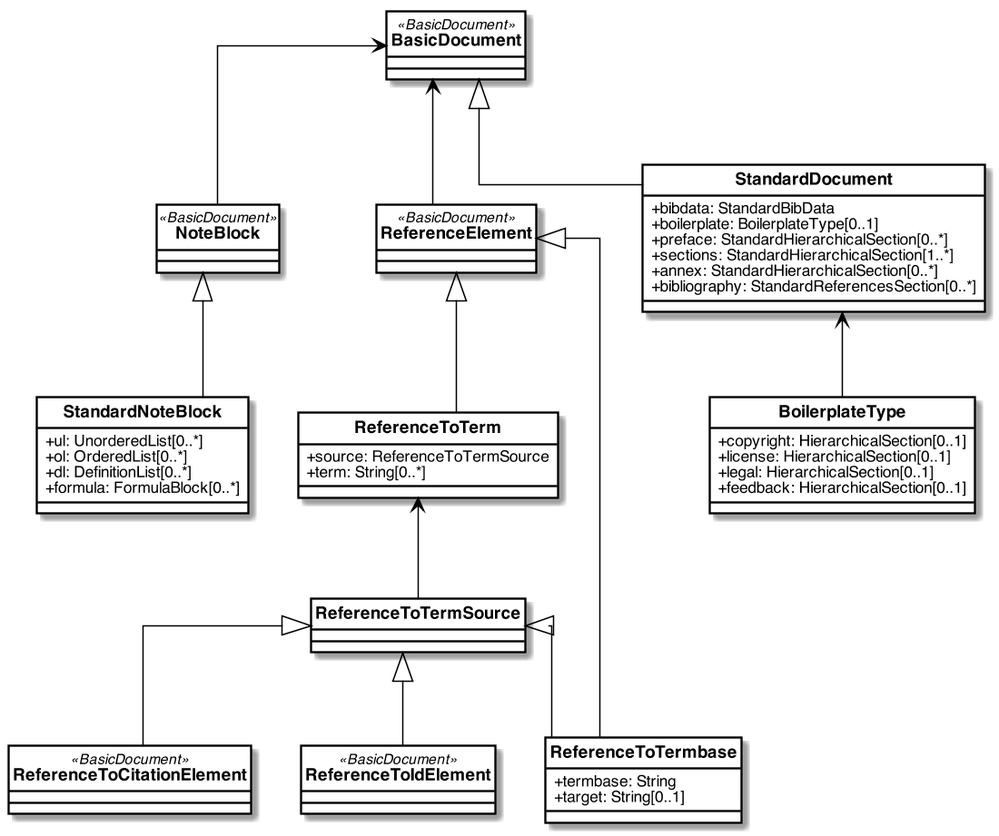
Earlier version of the PlantUML export standoc/images/StandardDoc_StandardDocument.png (metanorma/standoc-models).
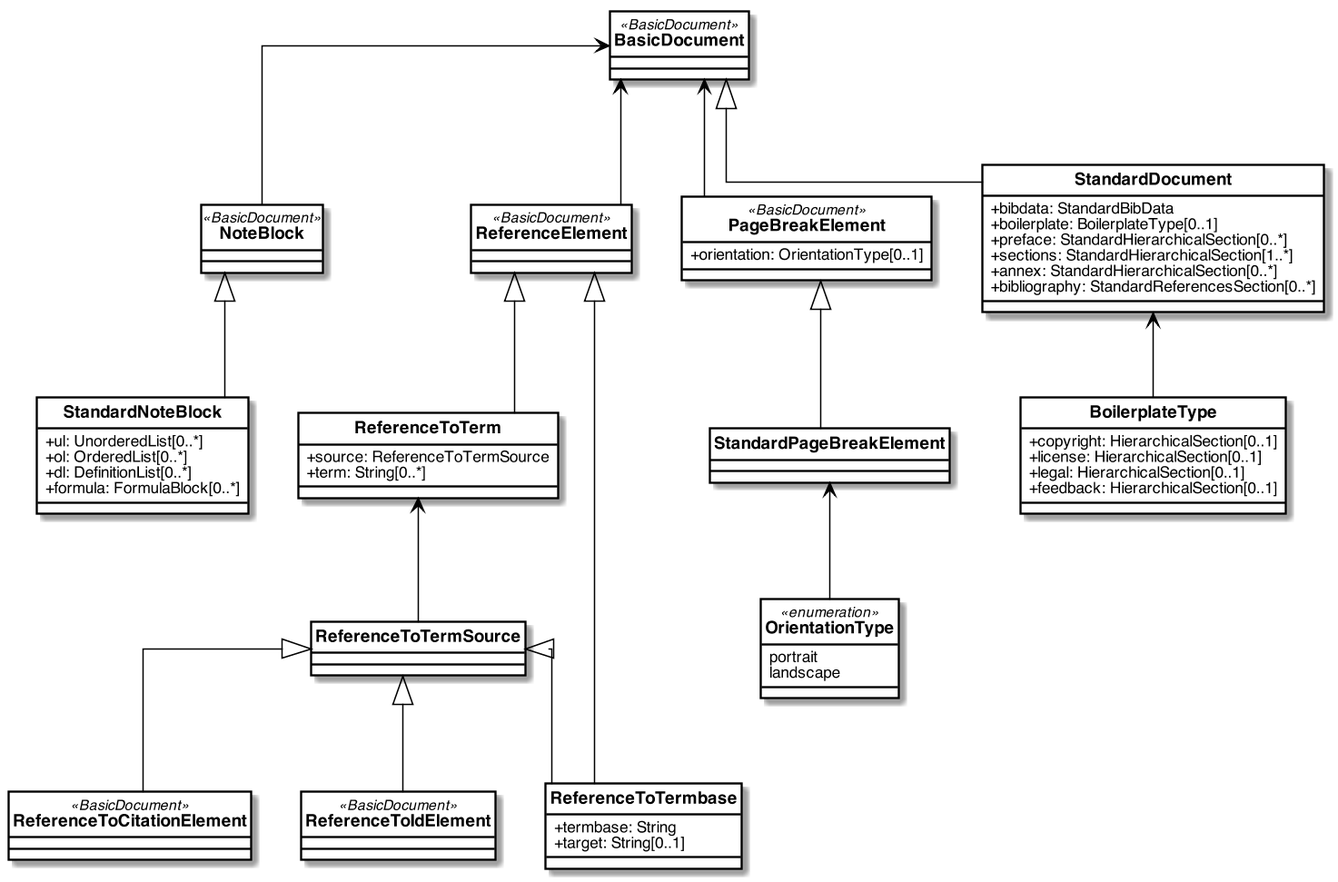
After the change.

Commit message:
pagebreak orientation: https://github.com/metanorma/metanorma-standoc/issues/173

Change to the diagram source:
```diff
@@ -73,6 +73,14 @@
     +target: String[0..1]
 }
 
+class PageBreakElement <<BasicDocument>>{
+   +orientation: OrientationType[0..1]
+}
+
+enum OrientationType <<enumeration>>{
+    portrait
+    landscape
+}
 
 class StandardDocument {
     +bibdata: StandardBibData
@@ -96,12 +104,15 @@
 StandardDocument <-- BoilerplateType
 BasicDocument <-- NoteBlock
 BasicDocument <-- ReferenceElement
+BasicDocument <-- PageBreakElement
 NoteBlock <|-- StandardNoteBlock
+PageBreakElement <|-- StandardPageBreakElement
 ReferenceElement <|-- ReferenceToTerm
 ReferenceElement <|-- ReferenceToTermbase
 ReferenceToTerm <-- ReferenceToTermSource
 ReferenceToTermSource <|-- ReferenceToCitationElement
 ReferenceToTermSource <|-- ReferenceToIdElement
 ReferenceToTermSource <|-- ReferenceToTermbase
+StandardPageBreakElement <-- OrientationType
 
 @enduml
```
